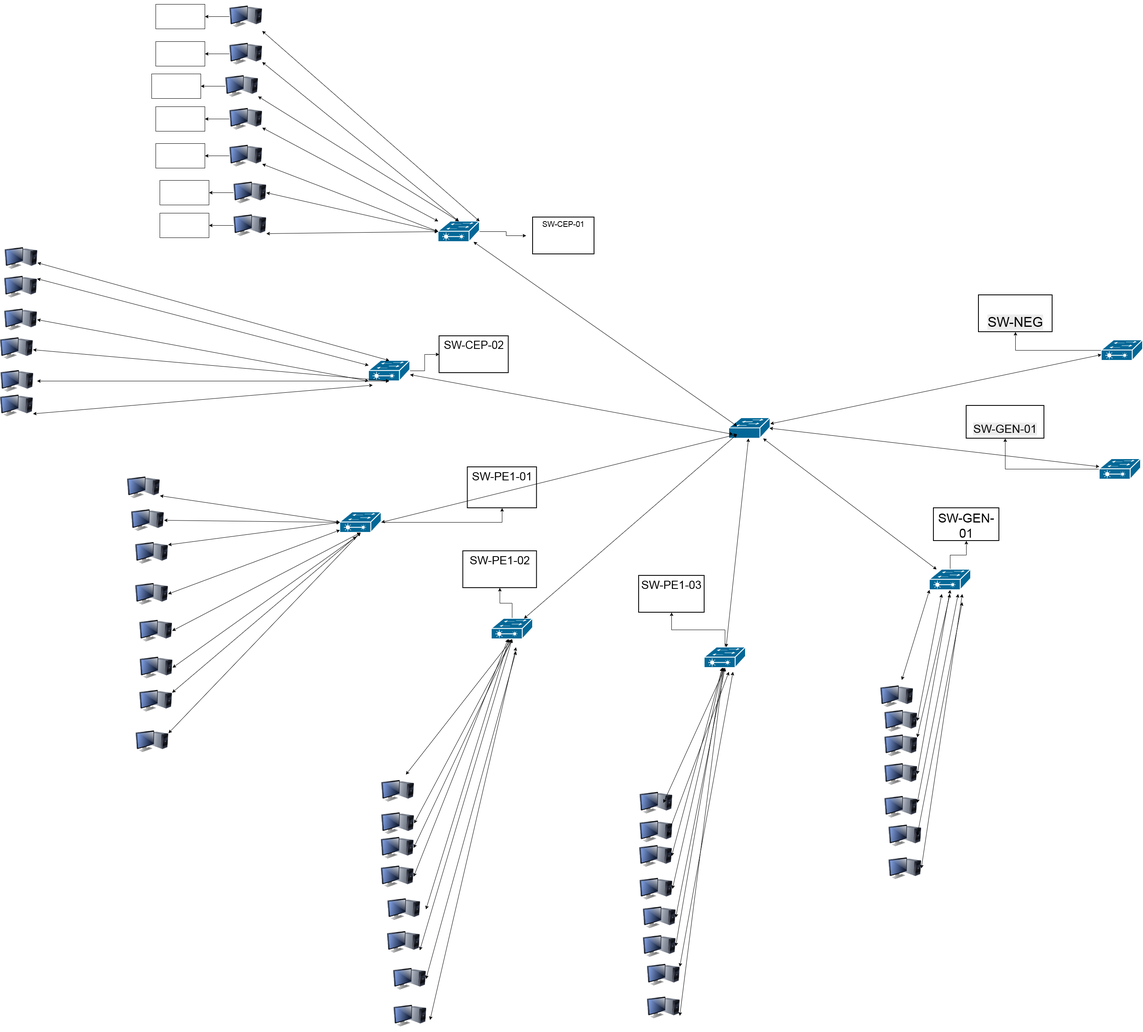
This is H.drawio.png from hrezapour21-blip/hasanafa, a draw.io export, as it was before one commit. Source tidied: cells renumbered, new cells last; positions are measured from the earlier drawing's top-left corner, leaving out a move shared by most shapes.
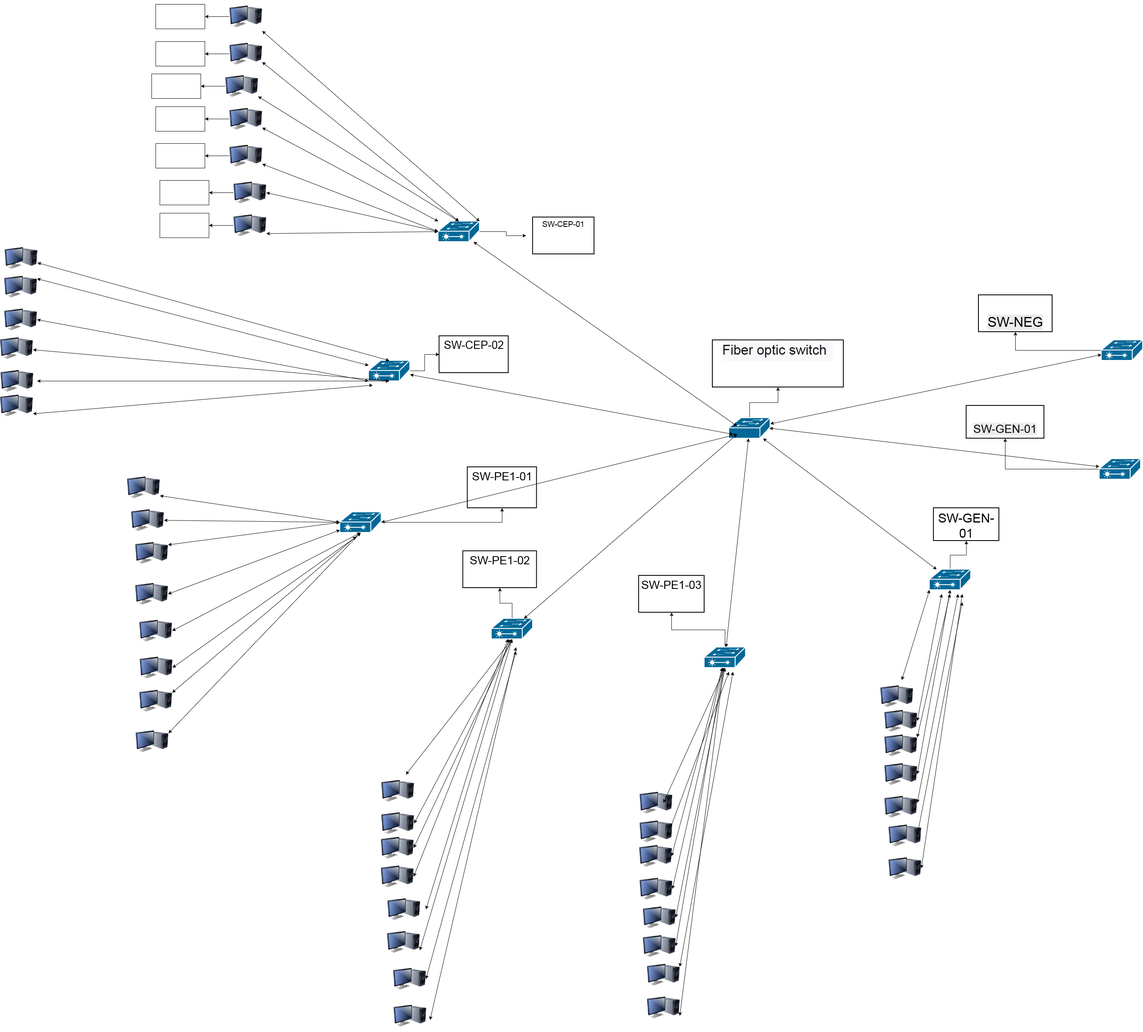
Above is the later version.

Diff of the diagram source:
```diff
@@ -2,6 +2,9 @@
   <root>
     <mxCell id="0" />
     <mxCell id="1" parent="0" />
+    <mxCell id="139" style="edgeStyle=orthogonalEdgeStyle;rounded=0;jettySize=auto;html=1;defaultLabelBackgroundColor=gap;" parent="1" edge="1" source="2" target="140">
+      <mxGeometry relative="1" as="geometry" />
+    </mxCell>
     <mxCell id="2" style="strokeColor=#ffffff;sketch=0;html=1;dashed=0;fillColor=#036897;strokeWidth=2;verticalLabelPosition=bottom;verticalAlign=top;align=center;outlineConnect=0;shape=mxgraph.cisco.switches.workgroup_switch;labelPerimeter=1;" parent="1" vertex="1">
       <mxGeometry x="1780" y="1020" width="101" height="50" as="geometry" />
     </mxCell>
@@ -451,5 +454,8 @@
         <mxPoint x="2350" y="1450" as="targetPoint" />
       </mxGeometry>
     </mxCell>
+    <mxCell id="140" value="&lt;pre class=&quot;tw-data-text tw-text-large tw-ta&quot; id=&quot;tw-target-text&quot; role=&quot;text&quot; tabindex=&quot;-1&quot; aria-label=&quot;Translated text: Fiber optic switch&quot; dir=&quot;ltr&quot; style=&quot;line-height: 36px; background-color: rgb(248, 249, 250); border-width: medium; border-style: none; border-color: currentcolor; border-image: none; padding: 2px 0.14em 2px 0px; position: relative; margin: -2px 0px; resize: none; font-family: inherit; overflow: hidden; text-align: left; width: 270px; white-space: pre-wrap; overflow-wrap: break-word; outline: 0px; color: rgb(22, 23, 26);&quot;&gt;&lt;span class=&quot;Y2IQFc&quot; lang=&quot;en&quot; style=&quot;&quot;&gt;&lt;font style=&quot;font-size: 33px;&quot;&gt;Fiber optic switch&lt;/font&gt;&lt;/span&gt;&lt;/pre&gt;" style="whiteSpace=wrap;html=1;verticalAlign=top;sketch=0;dashed=0;strokeWidth=2;" parent="64" vertex="1">
+      <mxGeometry x="1740" y="830" width="320" height="115" as="geometry" />
+    </mxCell>
   </root>
 </mxGraphModel>
```
